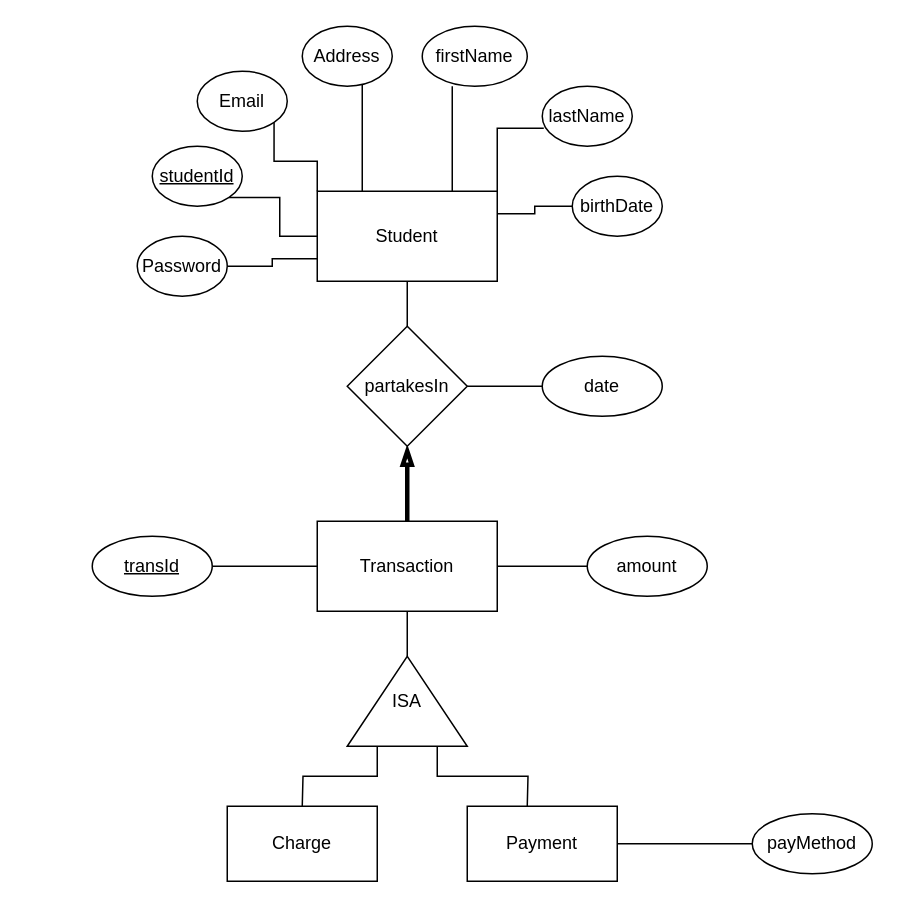
Above: page "ER_Diagram" (4 of 8) of DesignDocument1.drawio in ImBrent/ClassWork (draw.io), before the change. Source tidied: cells renumbered, new cells numbered last; positions are measured from the earlier drawing's top-left corner, leaving out a move shared by most shapes. Both pictures are drawn from the tidied source at 150%, with x=0, y=0 at pixel (92, 26).
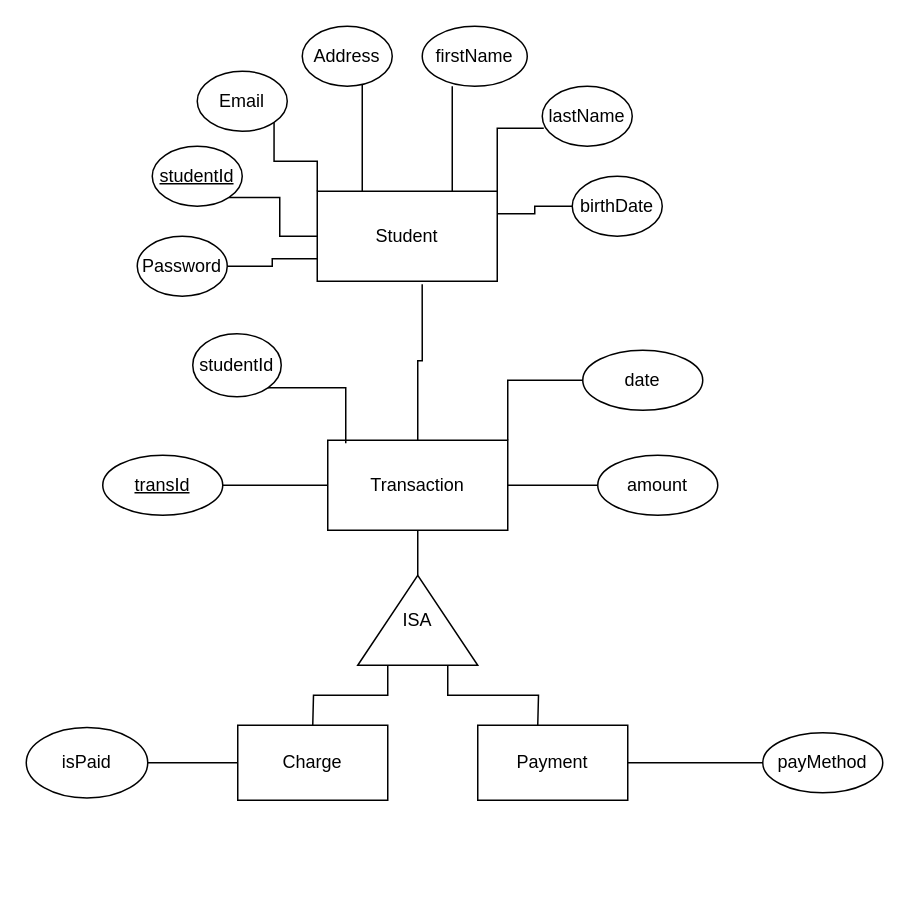
The same page after the edit.

Unchanged cells that the change refers to:
```xml
<mxCell id="9" value="Student" style="rounded=0;whiteSpace=wrap;html=1;" parent="1" vertex="1">
  <mxGeometry x="150" y="110" width="120" height="60" as="geometry" />
</mxCell>
```

Change to the diagram source:
```diff
@@
-    <mxCell id="17" style="edgeStyle=orthogonalEdgeStyle;rounded=0;jettySize=auto;html=1;endArrow=none;endFill=0;endSize=13;fontStyle=1;strokeWidth=3;startArrow=blockThin;startFill=0;" parent="1" edge="1" source="20" target="22">
-      <mxGeometry relative="1" as="geometry" />
-    </mxCell>
-    <mxCell id="18" style="edgeStyle=orthogonalEdgeStyle;rounded=0;jettySize=auto;html=1;exitX=1;exitY=0.5;exitDx=0;exitDy=0;entryX=0;entryY=0.5;entryDx=0;entryDy=0;startArrow=none;startFill=0;endArrow=none;endFill=0;endSize=4;strokeWidth=1;" parent="1" edge="1" source="20" target="24">
+    <mxCell id="18" style="edgeStyle=orthogonalEdgeStyle;rounded=0;jettySize=auto;html=1;exitX=1;exitY=0;exitDx=0;exitDy=0;entryX=0;entryY=0.5;entryDx=0;entryDy=0;startArrow=none;startFill=0;endArrow=none;endFill=0;endSize=4;strokeWidth=1;" parent="1" edge="1" source="22" target="24">
       <mxGeometry relative="1" as="geometry" />
     </mxCell>
-    <mxCell id="19" style="edgeStyle=orthogonalEdgeStyle;rounded=0;jettySize=auto;html=1;exitX=0.5;exitY=0;exitDx=0;exitDy=0;entryX=0.5;entryY=1;entryDx=0;entryDy=0;startArrow=none;startFill=0;endArrow=none;endFill=0;endSize=4;strokeWidth=1;" parent="1" edge="1" source="20" target="9">
-      <mxGeometry relative="1" as="geometry" />
-    </mxCell>
-    <mxCell id="20" value="partakesIn" style="rhombus;whiteSpace=wrap;html=1;rounded=0;" parent="1" vertex="1">
-      <mxGeometry x="170" y="200" width="80" height="80" as="geometry" />
-    </mxCell>
@@
+    <mxCell id="35" style="edgeStyle=orthogonalEdgeStyle;rounded=0;jettySize=auto;html=1;exitX=0.5;exitY=0;exitDx=0;exitDy=0;entryX=0.583;entryY=1.033;entryDx=0;entryDy=0;endArrow=none;endFill=0;endSize=12;strokeWidth=1;entryPerimeter=0;" parent="1" edge="1" source="22" target="9">
+      <mxGeometry relative="1" as="geometry" />
+    </mxCell>
     <mxCell id="22" value="Transaction" style="whiteSpace=wrap;html=1;rounded=0;" parent="1" vertex="1">
-      <mxGeometry x="150" y="330" width="120" height="60" as="geometry" />
+      <mxGeometry x="157" y="276" width="120" height="60" as="geometry" />
     </mxCell>
     <mxCell id="23" value="amount" style="ellipse;whiteSpace=wrap;html=1;" parent="1" vertex="1">
-      <mxGeometry x="330" y="340" width="80" height="40" as="geometry" />
+      <mxGeometry x="337" y="286" width="80" height="40" as="geometry" />
     </mxCell>
     <mxCell id="24" value="date" style="ellipse;whiteSpace=wrap;html=1;" parent="1" vertex="1">
-      <mxGeometry x="300" y="220" width="80" height="40" as="geometry" />
+      <mxGeometry x="327" y="216" width="80" height="40" as="geometry" />
     </mxCell>
@@
     <mxCell id="26" value="&lt;u&gt;transId&lt;/u&gt;" style="ellipse;whiteSpace=wrap;html=1;" parent="1" vertex="1">
-      <mxGeometry y="340" width="80" height="40" as="geometry" />
+      <mxGeometry x="7" y="286" width="80" height="40" as="geometry" />
     </mxCell>
     <mxCell id="27" style="edgeStyle=orthogonalEdgeStyle;rounded=0;jettySize=auto;html=1;exitX=0;exitY=0.25;exitDx=0;exitDy=0;startArrow=none;startFill=0;endArrow=none;endFill=0;endSize=4;strokeWidth=1;" parent="1" edge="1" source="30">
       <mxGeometry relative="1" as="geometry">
-        <mxPoint x="140" y="520" as="targetPoint" />
+        <mxPoint x="147" y="466" as="targetPoint" />
       </mxGeometry>
     </mxCell>
     <mxCell id="28" style="edgeStyle=orthogonalEdgeStyle;rounded=0;jettySize=auto;html=1;exitX=0;exitY=0.75;exitDx=0;exitDy=0;startArrow=none;startFill=0;endArrow=none;endFill=0;endSize=4;strokeWidth=1;" parent="1" edge="1" source="30">
       <mxGeometry relative="1" as="geometry">
-        <mxPoint x="290" y="520" as="targetPoint" />
+        <mxPoint x="297" y="466" as="targetPoint" />
       </mxGeometry>
     </mxCell>
@@
     <mxCell id="30" value="ISA" style="triangle;whiteSpace=wrap;html=1;rounded=0;direction=north;" parent="1" vertex="1">
-      <mxGeometry x="170" y="420" width="80" height="60" as="geometry" />
+      <mxGeometry x="177" y="366" width="80" height="60" as="geometry" />
     </mxCell>
     <mxCell id="31" value="Charge" style="rounded=0;whiteSpace=wrap;html=1;" parent="1" vertex="1">
-      <mxGeometry x="90" y="520" width="100" height="50" as="geometry" />
+      <mxGeometry x="97" y="466" width="100" height="50" as="geometry" />
     </mxCell>
@@
     <mxCell id="33" value="Payment" style="rounded=0;whiteSpace=wrap;html=1;" parent="1" vertex="1">
-      <mxGeometry x="250" y="520" width="100" height="50" as="geometry" />
+      <mxGeometry x="257" y="466" width="100" height="50" as="geometry" />
     </mxCell>
     <mxCell id="34" value="payMethod" style="ellipse;whiteSpace=wrap;html=1;" parent="1" vertex="1">
-      <mxGeometry x="440" y="525" width="80" height="40" as="geometry" />
+      <mxGeometry x="447" y="471" width="80" height="40" as="geometry" />
     </mxCell>
+    <mxCell id="36" style="edgeStyle=orthogonalEdgeStyle;rounded=0;jettySize=auto;html=1;exitX=1;exitY=1;exitDx=0;exitDy=0;entryX=0.1;entryY=0.033;entryDx=0;entryDy=0;entryPerimeter=0;endArrow=none;endFill=0;endSize=12;strokeWidth=1;" parent="1" edge="1" source="37" target="22">
+      <mxGeometry relative="1" as="geometry" />
+    </mxCell>
+    <mxCell id="37" value="studentId" style="ellipse;whiteSpace=wrap;html=1;" parent="1" vertex="1">
+      <mxGeometry x="67" y="205" width="59" height="42" as="geometry" />
+    </mxCell>
+    <mxCell id="38" style="edgeStyle=orthogonalEdgeStyle;rounded=0;jettySize=auto;html=1;exitX=1;exitY=0.5;exitDx=0;exitDy=0;entryX=0;entryY=0.5;entryDx=0;entryDy=0;endArrow=none;endFill=0;endSize=12;strokeWidth=1;" parent="1" edge="1" source="39" target="31">
+      <mxGeometry relative="1" as="geometry" />
+    </mxCell>
+    <mxCell id="39" value="isPaid" style="ellipse;whiteSpace=wrap;html=1;" parent="1" vertex="1">
+      <mxGeometry x="-44" y="467.5" width="81" height="47" as="geometry" />
+    </mxCell>
```
